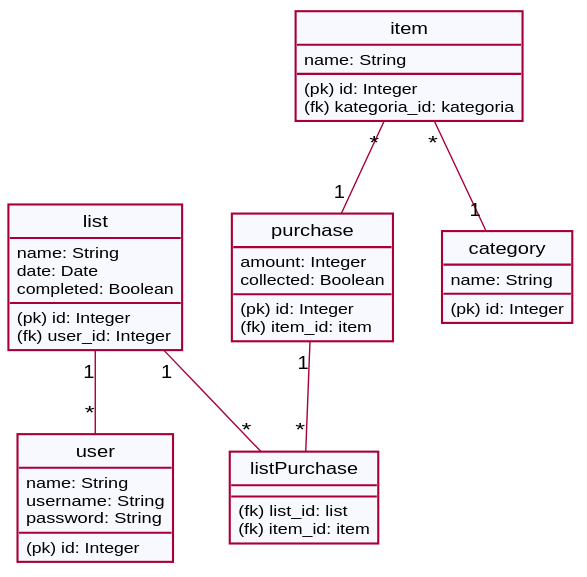
This is extra/tietokantakaavio.svg from petrioski/ostoslista, a PlantUML export, as it was before one commit.
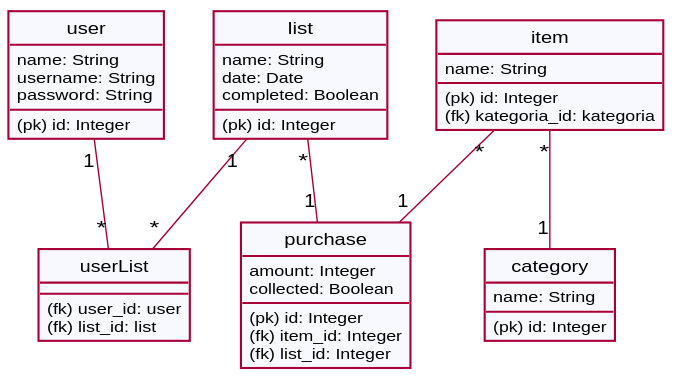
Above is the later version.

Commit message:
muutettu liitostaulu ostoslistan ja käyttäjien välille

What changed in the source:
```diff
@@ -15,7 +15,8 @@
 
 class purchase {
     (pk) id: Integer
-    (fk) item_id: item
+    (fk) item_id: Integer
+    (fk) list_id: Integer
     amount: Integer
     collected: Boolean
 }
@@ -34,21 +35,20 @@
 
 class list {
     (pk) id: Integer
-    (fk) user_id: Integer
     name: String
     date: Date
     completed: Boolean
 }
 
-class listPurchase	{
+class userList	{
+    (fk) user_id: user
     (fk) list_id: list
-    (fk) item_id: item
 }
 
 item "*" -- "1" category
-list "1" -- "*" user
-list "1" -- "*" listPurchase
-purchase "1" -- "*" listPurchase
+list "1" -- "*" userList
+user "1" -- "*" userList
 item "*" -- "1" purchase
+list "*" -- "1" purchase
 
 @endum
```
